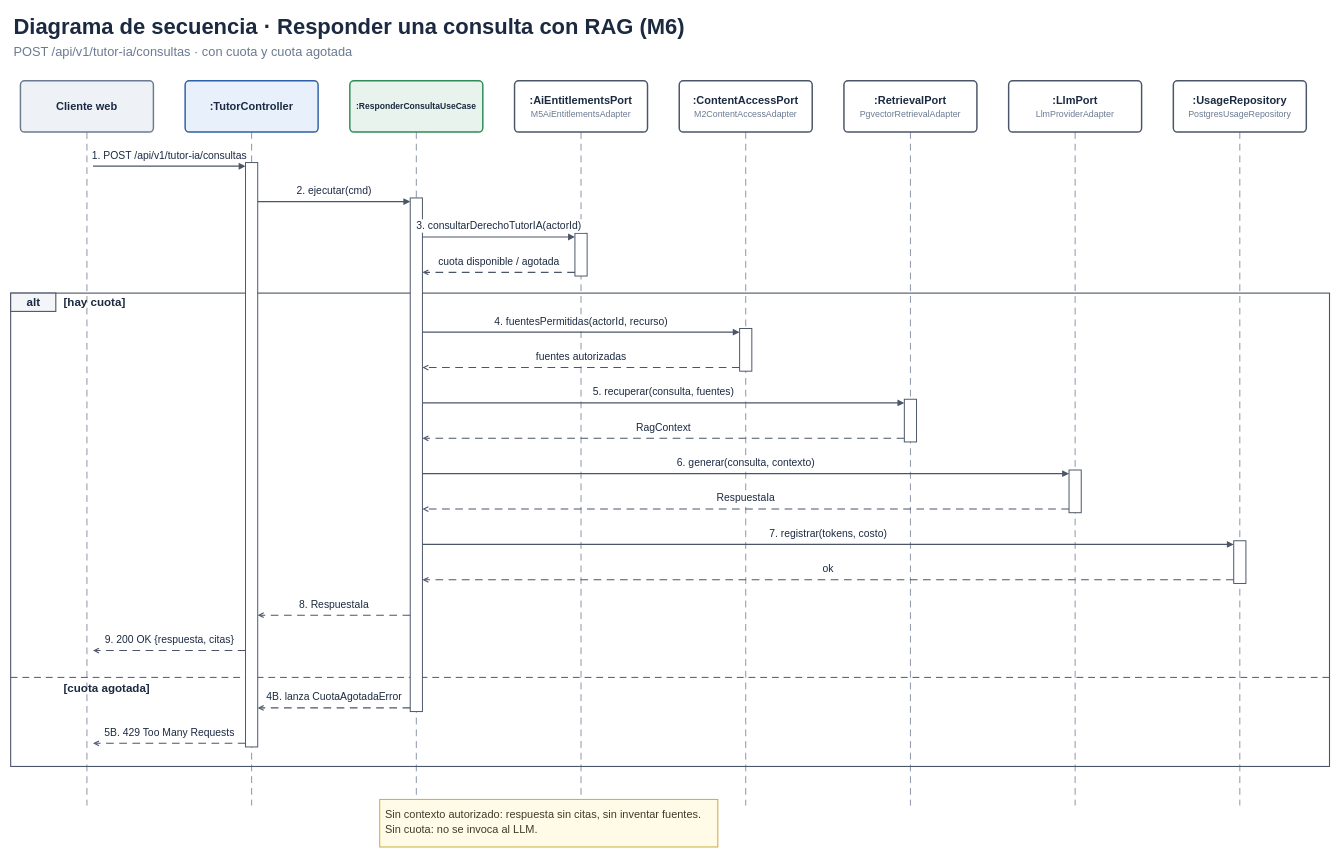
The draw.io diagram docs/img/fuente_drawio/m6-secuencia.drawio in 100robert/Mentelyx, before the edit. Source tidied: cells renumbered, new cells numbered last; positions are measured from the earlier drawing's top-left corner, leaving out a move shared by most shapes. Both pictures are drawn from the tidied source at 61%, with x=0, y=0 at pixel (10, 10).
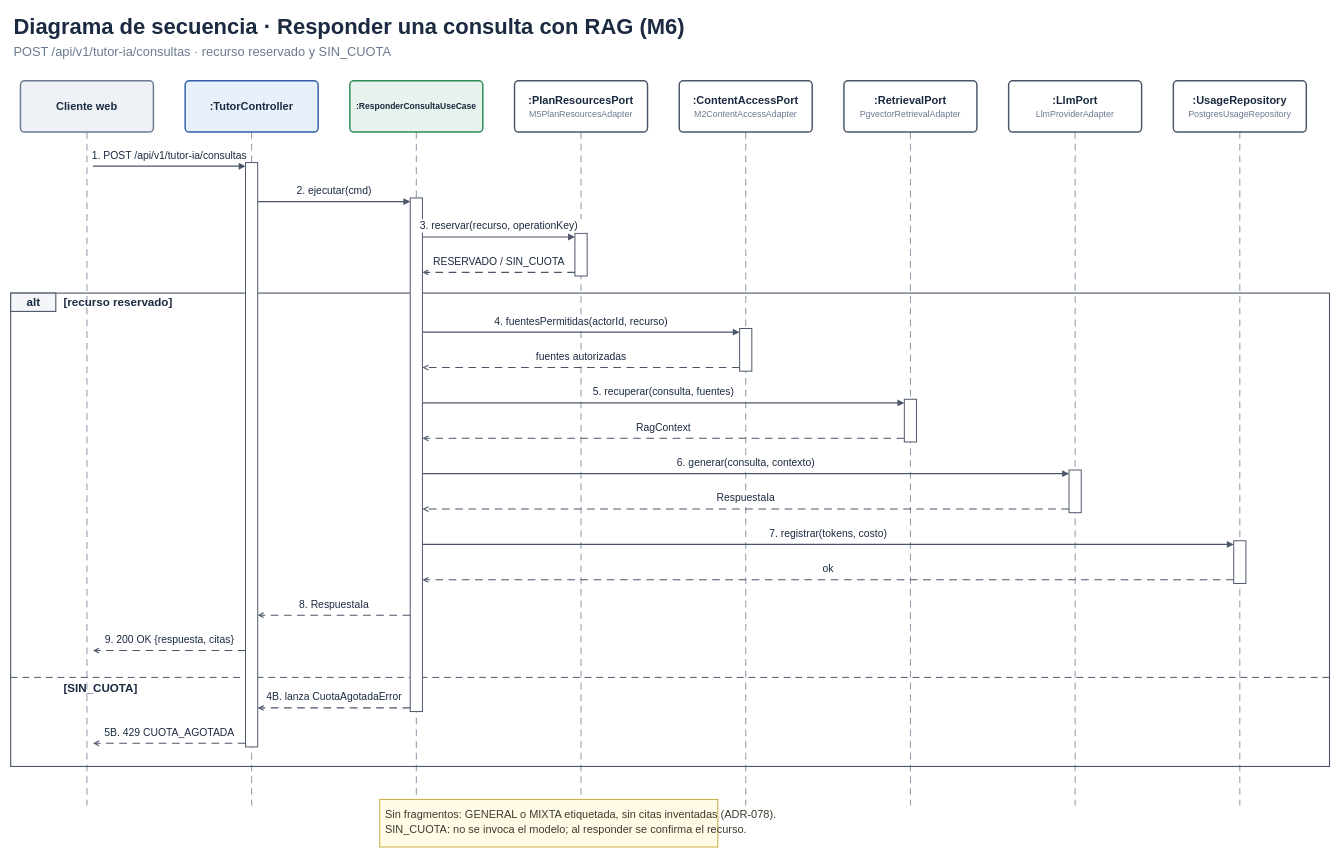
The same diagram, later.

Change to the diagram source:
```diff
@@
-    <mxCell id="3" value="POST /api/v1/tutor-ia/consultas · con cuota y cuota agotada" style="text;html=1;strokeColor=none;fillColor=none;align=left;verticalAlign=middle;whiteSpace=nowrap;spacing=0;fontSize=21;fontStyle=0;fontColor=#6B7A90;fontFamily=Arial;" parent="1" vertex="1">
+    <mxCell id="3" value="POST /api/v1/tutor-ia/consultas · recurso reservado y SIN_CUOTA" style="text;html=1;strokeColor=none;fillColor=none;align=left;verticalAlign=middle;whiteSpace=nowrap;spacing=0;fontSize=21;fontStyle=0;fontColor=#6B7A90;fontFamily=Arial;" parent="1" vertex="1">
       <mxGeometry x="5" y="52" width="545.9" height="31.5" as="geometry" />
     </mxCell>
@@
-    <mxCell id="15" value="[hay cuota]" style="text;html=1;strokeColor=none;fillColor=none;align=left;verticalAlign=middle;whiteSpace=nowrap;spacing=0;fontSize=19;fontStyle=1;fontColor=#1B2A41;fontFamily=Arial;" parent="1" vertex="1">
+    <mxCell id="15" value="[recurso reservado]" style="text;html=1;strokeColor=none;fillColor=none;align=left;verticalAlign=middle;whiteSpace=nowrap;spacing=0;fontSize=19;fontStyle=1;fontColor=#1B2A41;fontFamily=Arial;" parent="1" vertex="1">
       <mxGeometry x="87" y="466.1" width="115.3" height="28.5" as="geometry" />
     </mxCell>
@@
-    <mxCell id="17" value="[cuota agotada]" style="text;html=1;strokeColor=none;fillColor=none;align=left;verticalAlign=middle;whiteSpace=nowrap;spacing=0;fontSize=19;fontStyle=1;fontColor=#1B2A41;fontFamily=Arial;" parent="1" vertex="1">
+    <mxCell id="17" value="[SIN_CUOTA]" style="text;html=1;strokeColor=none;fillColor=none;align=left;verticalAlign=middle;whiteSpace=nowrap;spacing=0;fontSize=19;fontStyle=1;fontColor=#1B2A41;fontFamily=Arial;" parent="1" vertex="1">
       <mxGeometry x="87" y="1098" width="155.5" height="28.5" as="geometry" />
     </mxCell>
@@
-    <mxCell id="33" value="3. consultarDerechoTutorIA(actorId)" style="text;html=1;strokeColor=none;fillColor=none;align=center;verticalAlign=middle;whiteSpace=nowrap;spacing=0;fontSize=17;fontStyle=0;fontColor=#1B2A41;fontFamily=Arial;" parent="1" vertex="1">
+    <mxCell id="33" value="3. reservar(recurso, operationKey)" style="text;html=1;strokeColor=none;fillColor=none;align=center;verticalAlign=middle;whiteSpace=nowrap;spacing=0;fontSize=17;fontStyle=0;fontColor=#1B2A41;fontFamily=Arial;" parent="1" vertex="1">
       <mxGeometry x="657.7" y="342.1" width="284.5" height="25.5" as="geometry" />
     </mxCell>
@@
-    <mxCell id="36" value="cuota disponible / agotada" style="text;html=1;strokeColor=none;fillColor=none;align=center;verticalAlign=middle;whiteSpace=nowrap;spacing=0;fontSize=17;fontStyle=0;fontColor=#1B2A41;fontFamily=Arial;" parent="1" vertex="1">
+    <mxCell id="36" value="RESERVADO / SIN_CUOTA" style="text;html=1;strokeColor=none;fillColor=none;align=center;verticalAlign=middle;whiteSpace=nowrap;spacing=0;fontSize=17;fontStyle=0;fontColor=#1B2A41;fontFamily=Arial;" parent="1" vertex="1">
       <mxGeometry x="693.8" y="400.1" width="212.5" height="25.5" as="geometry" />
     </mxCell>
@@
-    <mxCell id="72" value="5B. 429 Too Many Requests" style="text;html=1;strokeColor=none;fillColor=none;align=center;verticalAlign=middle;whiteSpace=nowrap;spacing=0;fontSize=17;fontStyle=0;fontColor=#1B2A41;fontFamily=Arial;" parent="1" vertex="1">
+    <mxCell id="72" value="5B. 429 CUOTA_AGOTADA" style="text;html=1;strokeColor=none;fillColor=none;align=center;verticalAlign=middle;whiteSpace=nowrap;spacing=0;fontSize=17;fontStyle=0;fontColor=#1B2A41;fontFamily=Arial;" parent="1" vertex="1">
       <mxGeometry x="146.4" y="1172.2" width="227.3" height="25.5" as="geometry" />
     </mxCell>
@@
-    <mxCell id="74" value="Sin contexto autorizado: respuesta sin citas, sin inventar fuentes." style="text;html=1;strokeColor=none;fillColor=none;align=left;verticalAlign=middle;whiteSpace=nowrap;spacing=0;fontSize=18;fontStyle=0;fontColor=#3D3A2A;fontFamily=Arial;" parent="1" vertex="1">
+    <mxCell id="74" value="Sin fragmentos: GENERAL o MIXTA etiquetada, sin citas inventadas (ADR-078)." style="text;html=1;strokeColor=none;fillColor=none;align=left;verticalAlign=middle;whiteSpace=nowrap;spacing=0;fontSize=18;fontStyle=0;fontColor=#3D3A2A;fontFamily=Arial;" parent="1" vertex="1">
       <mxGeometry x="614" y="1305.1" width="532.3" height="27" as="geometry" />
     </mxCell>
-    <mxCell id="75" value="Sin cuota: no se invoca al LLM." style="text;html=1;strokeColor=none;fillColor=none;align=left;verticalAlign=middle;whiteSpace=nowrap;spacing=0;fontSize=18;fontStyle=0;fontColor=#3D3A2A;fontFamily=Arial;" parent="1" vertex="1">
+    <mxCell id="75" value="SIN_CUOTA: no se invoca el modelo; al responder se confirma el recurso." style="text;html=1;strokeColor=none;fillColor=none;align=left;verticalAlign=middle;whiteSpace=nowrap;spacing=0;fontSize=18;fontStyle=0;fontColor=#3D3A2A;fontFamily=Arial;" parent="1" vertex="1">
       <mxGeometry x="614" y="1330.1" width="264.2" height="27" as="geometry" />
     </mxCell>
@@
-    <mxCell id="79" value="&lt;div style=&quot;text-align:center;line-height:1.25&quot;&gt;&lt;span style=&quot;font-size:18px;font-weight:700;font-style:normal;color:#1B2A41;font-family:Arial&quot;&gt;:AiEntitlementsPort&lt;/span&gt;&lt;/div&gt;&lt;div style=&quot;text-align:center;line-height:1.25&quot;&gt;&lt;span style=&quot;font-size:14.5px;font-weight:400;font-style:normal;color:#6B7A90;font-family:Arial&quot;&gt;M5AiEntitlementsAdapter&lt;/span&gt;&lt;/div&gt;" style="rounded=1;arcSize=8;whiteSpace=wrap;html=1;fillColor=#FFFFFF;strokeColor=#4A5568;strokeWidth=2.4;fontFamily=Arial;align=center;verticalAlign=middle;spacing=0;" parent="1" vertex="1">
+    <mxCell id="79" value="&lt;div style=&quot;text-align:center;line-height:1.25&quot;&gt;&lt;span style=&quot;font-size:18px;font-weight:700;font-style:normal;color:#1B2A41;font-family:Arial&quot;&gt;:PlanResourcesPort&lt;/span&gt;&lt;/div&gt;&lt;div style=&quot;text-align:center;line-height:1.25&quot;&gt;&lt;span style=&quot;font-size:14.5px;font-weight:400;font-style:normal;color:#6B7A90;font-family:Arial&quot;&gt;M5PlanResourcesAdapter&lt;/span&gt;&lt;/div&gt;" style="rounded=1;arcSize=8;whiteSpace=wrap;html=1;fillColor=#FFFFFF;strokeColor=#4A5568;strokeWidth=2.4;fontFamily=Arial;align=center;verticalAlign=middle;spacing=0;" parent="1" vertex="1">
       <mxGeometry x="826" y="116" width="218" height="84" as="geometry" />
     </mxCell>
```
